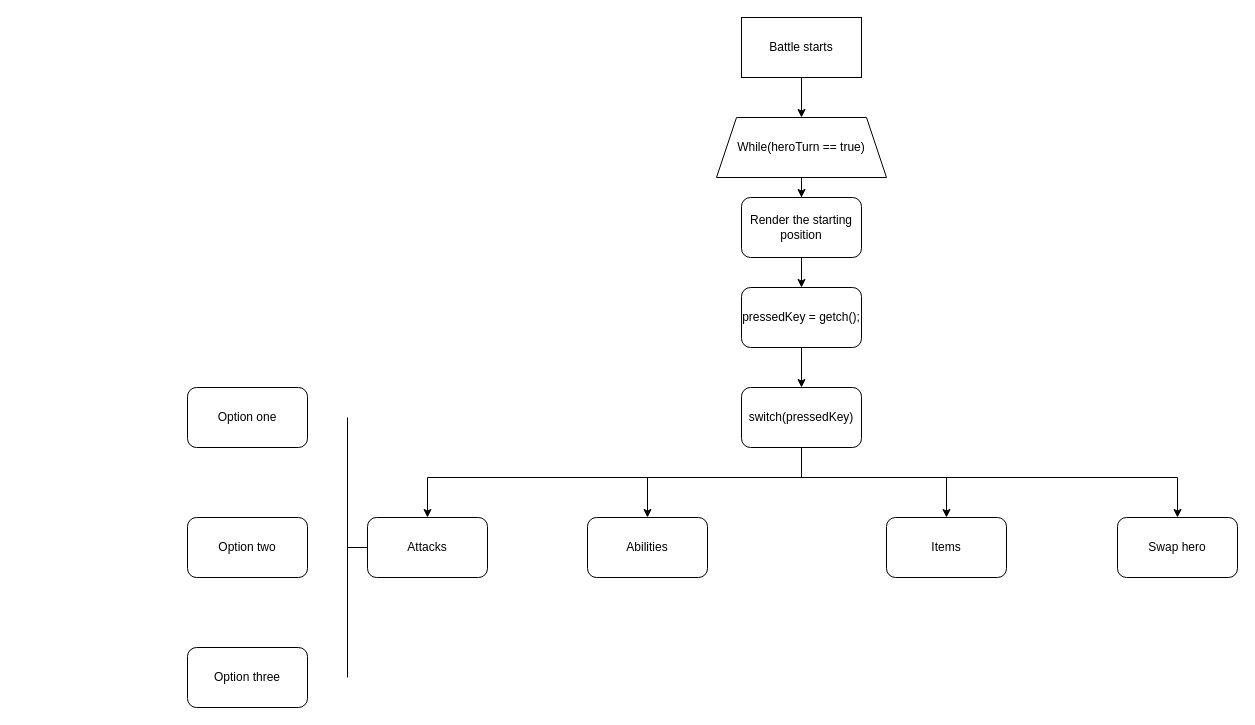
Earlier version of the draw.io diagram Battle and enemy brain.drawio (MrZahourek/Cyberescape). Source tidied: cells renumbered, new cells numbered last; positions are measured from the earlier drawing's top-left corner, leaving out a move shared by most shapes. Both pictures are drawn from the tidied source at 100%, with x=0, y=0 at pixel (187, 17).
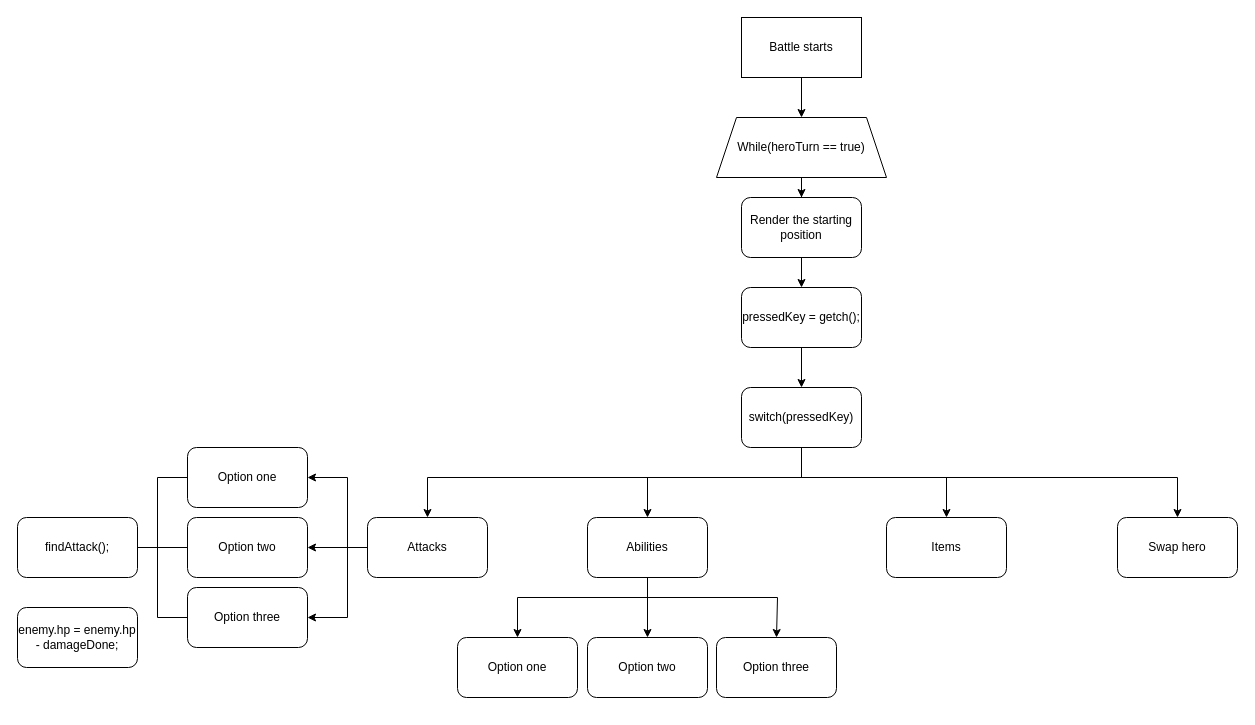
The same diagram, later.

Unchanged cells that the change refers to:
```xml
<mxCell id="12" value="Abilities" style="rounded=1;whiteSpace=wrap;html=1;" parent="1" vertex="1">
  <mxGeometry x="400" y="500" width="120" height="60" as="geometry" />
</mxCell>
<mxCell id="22" value="Option two" style="rounded=1;whiteSpace=wrap;html=1;" parent="1" vertex="1">
  <mxGeometry y="500" width="120" height="60" as="geometry" />
</mxCell>
```

Diff of the diagram source:
```diff
@@
     <mxCell id="21" value="Option one" style="rounded=1;whiteSpace=wrap;html=1;" parent="1" vertex="1">
-      <mxGeometry y="370" width="120" height="60" as="geometry" />
+      <mxGeometry y="430" width="120" height="60" as="geometry" />
     </mxCell>
@@
     <mxCell id="23" value="Option three" style="rounded=1;whiteSpace=wrap;html=1;" parent="1" vertex="1">
-      <mxGeometry y="630" width="120" height="60" as="geometry" />
+      <mxGeometry y="570" width="120" height="60" as="geometry" />
     </mxCell>
     <mxCell id="24" style="endArrow=none;html=1;rounded=0;" parent="1" edge="1">
       <mxGeometry relative="1" as="geometry">
-        <mxPoint x="160" y="400" as="sourcePoint" />
-        <mxPoint x="160" y="660" as="targetPoint" />
+        <mxPoint x="160" y="460" as="sourcePoint" />
+        <mxPoint x="160" y="600" as="targetPoint" />
       </mxGeometry>
     </mxCell>
@@
+    <mxCell id="26" value="Option one" style="rounded=1;whiteSpace=wrap;html=1;" parent="1" vertex="1">
+      <mxGeometry x="270" y="620" width="120" height="60" as="geometry" />
+    </mxCell>
+    <mxCell id="27" value="Option two" style="rounded=1;whiteSpace=wrap;html=1;" parent="1" vertex="1">
+      <mxGeometry x="400" y="620" width="120" height="60" as="geometry" />
+    </mxCell>
+    <mxCell id="28" value="Option three" style="rounded=1;whiteSpace=wrap;html=1;" parent="1" vertex="1">
+      <mxGeometry x="529" y="620" width="120" height="60" as="geometry" />
+    </mxCell>
+    <mxCell id="29" style="endArrow=none;html=1;rounded=0;" parent="1" edge="1">
+      <mxGeometry relative="1" as="geometry">
+        <mxPoint x="330" y="580" as="sourcePoint" />
+        <mxPoint x="590" y="580" as="targetPoint" />
+      </mxGeometry>
+    </mxCell>
+    <mxCell id="30" style="endArrow=classic;html=1;rounded=0;entryX=0.5;entryY=0;entryDx=0;entryDy=0;" parent="1" edge="1" target="28">
+      <mxGeometry relative="1" as="geometry">
+        <mxPoint x="590" y="580" as="sourcePoint" />
+      </mxGeometry>
+    </mxCell>
+    <mxCell id="31" style="endArrow=classic;html=1;rounded=0;entryX=0.5;entryY=0;entryDx=0;entryDy=0;" parent="1" edge="1" target="27">
+      <mxGeometry relative="1" as="geometry">
+        <mxPoint x="460" y="580" as="sourcePoint" />
+      </mxGeometry>
+    </mxCell>
+    <mxCell id="32" style="endArrow=classic;html=1;rounded=0;entryX=0.5;entryY=0;entryDx=0;entryDy=0;" parent="1" edge="1" target="26">
+      <mxGeometry relative="1" as="geometry">
+        <mxPoint x="330" y="580" as="sourcePoint" />
+      </mxGeometry>
+    </mxCell>
+    <mxCell id="33" style="endArrow=classic;html=1;rounded=0;entryX=1;entryY=0.5;entryDx=0;entryDy=0;" parent="1" edge="1" target="23">
+      <mxGeometry relative="1" as="geometry">
+        <mxPoint x="160" y="600" as="sourcePoint" />
+      </mxGeometry>
+    </mxCell>
+    <mxCell id="34" style="endArrow=classic;html=1;rounded=0;entryX=1;entryY=0.5;entryDx=0;entryDy=0;" parent="1" edge="1" target="21">
+      <mxGeometry relative="1" as="geometry">
+        <mxPoint x="160" y="460" as="sourcePoint" />
+      </mxGeometry>
+    </mxCell>
+    <mxCell id="35" style="endArrow=classic;html=1;rounded=0;entryX=1;entryY=0.5;entryDx=0;entryDy=0;" parent="1" edge="1" target="22">
+      <mxGeometry relative="1" as="geometry">
+        <mxPoint x="170" y="530" as="sourcePoint" />
+      </mxGeometry>
+    </mxCell>
+    <mxCell id="36" style="endArrow=none;html=1;rounded=0;entryX=0.5;entryY=1;entryDx=0;entryDy=0;" parent="1" edge="1" target="12">
+      <mxGeometry relative="1" as="geometry">
+        <mxPoint x="460" y="590" as="sourcePoint" />
+      </mxGeometry>
+    </mxCell>
+    <mxCell id="37" value="findAttack();" style="rounded=1;whiteSpace=wrap;html=1;" parent="1" vertex="1">
+      <mxGeometry x="-170" y="500" width="120" height="60" as="geometry" />
+    </mxCell>
+    <mxCell id="38" style="endArrow=none;html=1;rounded=0;" parent="1" edge="1">
+      <mxGeometry relative="1" as="geometry">
+        <mxPoint x="-30" y="460" as="sourcePoint" />
+        <mxPoint x="-30" y="600" as="targetPoint" />
+      </mxGeometry>
+    </mxCell>
+    <mxCell id="39" style="endArrow=none;html=1;rounded=0;entryX=0;entryY=0.5;entryDx=0;entryDy=0;" parent="1" edge="1" target="21">
+      <mxGeometry relative="1" as="geometry">
+        <mxPoint x="-30" y="460" as="sourcePoint" />
+      </mxGeometry>
+    </mxCell>
+    <mxCell id="40" style="endArrow=none;html=1;rounded=0;entryX=0;entryY=0.5;entryDx=0;entryDy=0;" parent="1" edge="1" target="23">
+      <mxGeometry relative="1" as="geometry">
+        <mxPoint x="-30" y="600" as="sourcePoint" />
+      </mxGeometry>
+    </mxCell>
+    <mxCell id="41" style="endArrow=none;html=1;rounded=0;entryX=0;entryY=0.5;entryDx=0;entryDy=0;" parent="1" edge="1" target="22">
+      <mxGeometry relative="1" as="geometry">
+        <mxPoint x="-30" y="530" as="sourcePoint" />
+      </mxGeometry>
+    </mxCell>
+    <mxCell id="42" style="endArrow=none;html=1;rounded=0;exitX=1;exitY=0.5;exitDx=0;exitDy=0;" parent="1" edge="1" source="37">
+      <mxGeometry relative="1" as="geometry">
+        <mxPoint x="-30" y="530" as="targetPoint" />
+      </mxGeometry>
+    </mxCell>
+    <mxCell id="43" value="enemy.hp = enemy.hp - damageDone;" style="rounded=1;whiteSpace=wrap;html=1;" parent="1" vertex="1">
+      <mxGeometry x="-170" y="590" width="120" height="60" as="geometry" />
+    </mxCell>
```
